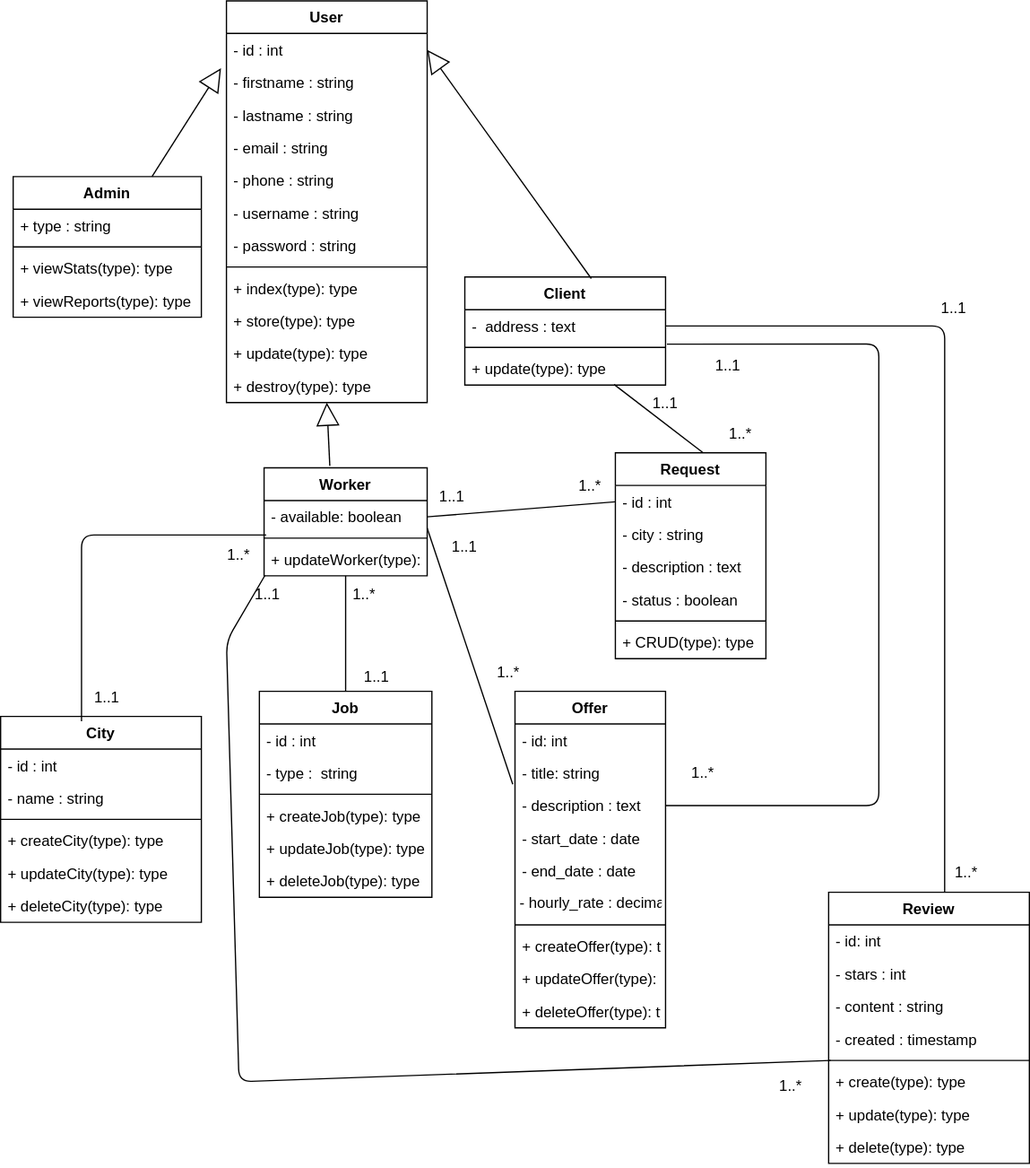
Above: conception/DCLASSE.drawio.svg in abdelalicode/BRICO2L (draw.io), before the change. Source tidied: cells renumbered, new cells last; positions are measured from the earlier drawing's top-left corner, leaving out a move shared by most shapes.
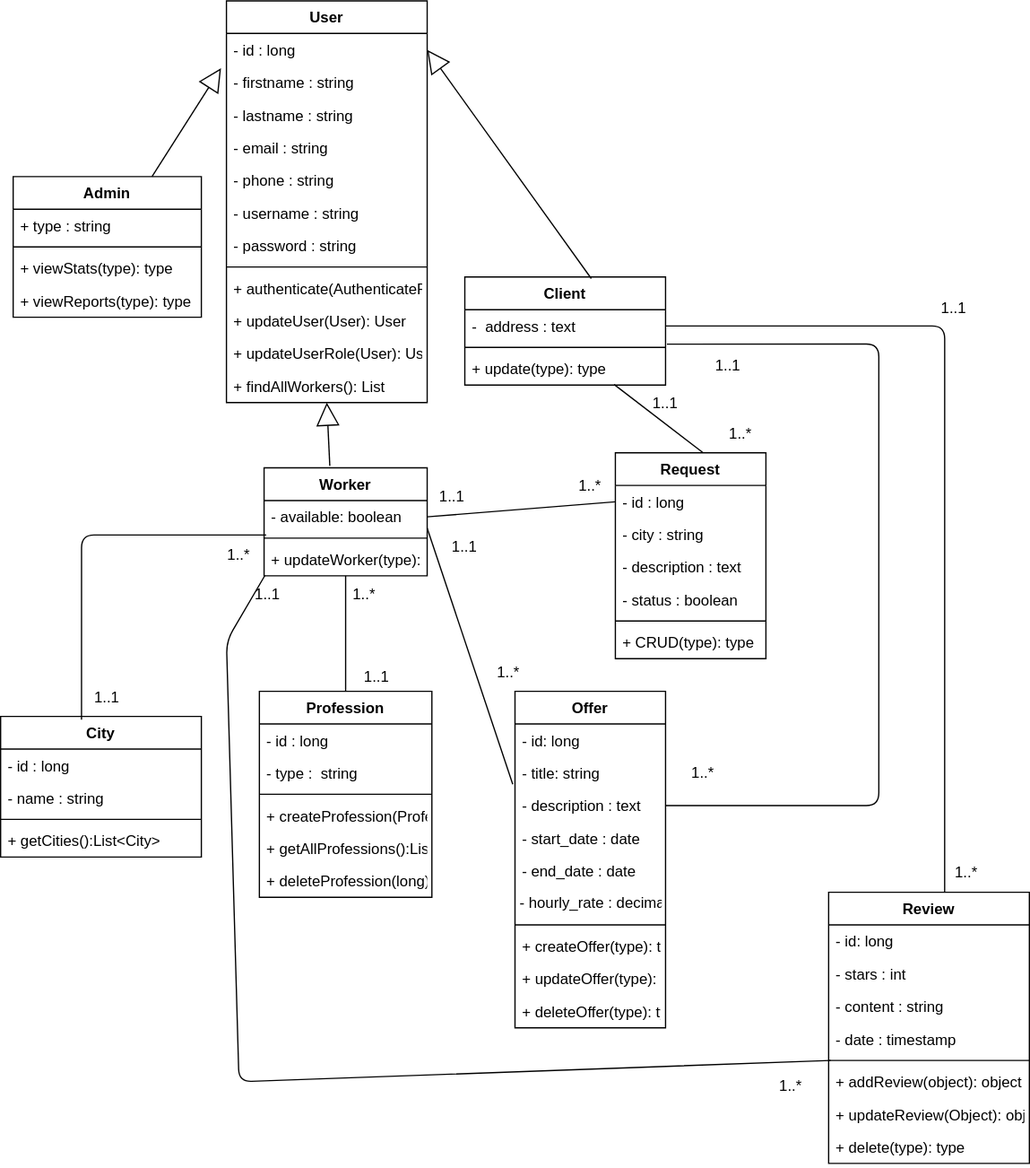
The same diagram one commit later.

What changed in the source:
```diff
@@ -44,7 +44,7 @@
     <mxCell id="15" value="User" style="swimlane;fontStyle=1;align=center;verticalAlign=top;horizontal=1;startSize=26;" parent="1" vertex="1">
       <mxGeometry x="180" width="160" height="320" as="geometry" />
     </mxCell>
-    <mxCell id="16" value="- id : int" style="text;strokeColor=none;fillColor=none;align=left;verticalAlign=top;spacingLeft=4;spacingRight=4;overflow=hidden;points=[[0,0.5],[1,0.5]];portConstraint=eastwest;" parent="15" vertex="1">
+    <mxCell id="16" value="- id : long" style="text;strokeColor=none;fillColor=none;align=left;verticalAlign=top;spacingLeft=4;spacingRight=4;overflow=hidden;points=[[0,0.5],[1,0.5]];portConstraint=eastwest;" parent="15" vertex="1">
       <mxGeometry y="26" width="160" height="26" as="geometry" />
     </mxCell>
     <mxCell id="17" value="- firstname : string" style="text;strokeColor=none;fillColor=none;align=left;verticalAlign=top;spacingLeft=4;spacingRight=4;overflow=hidden;" parent="15" vertex="1">
@@ -68,22 +68,22 @@
     <mxCell id="23" style="line;strokeWidth=1;fillColor=none;align=left;verticalAlign=middle;spacingTop=-1;spacingLeft=3;spacingRight=3;labelPosition=right;strokeColor=inherit;" parent="15" vertex="1">
       <mxGeometry y="208" width="160" height="8" as="geometry" />
     </mxCell>
-    <mxCell id="24" value="+ index(type): type" style="text;strokeColor=none;fillColor=none;align=left;verticalAlign=top;spacingLeft=4;spacingRight=4;overflow=hidden;" parent="15" vertex="1">
+    <mxCell id="24" value="+ authenticate(AuthenticateRequest):AuthenticationResponse" style="text;strokeColor=none;fillColor=none;align=left;verticalAlign=top;spacingLeft=4;spacingRight=4;overflow=hidden;" parent="15" vertex="1">
       <mxGeometry y="216" width="160" height="26" as="geometry" />
     </mxCell>
-    <mxCell id="25" value="+ store(type): type" style="text;strokeColor=none;fillColor=none;align=left;verticalAlign=top;spacingLeft=4;spacingRight=4;overflow=hidden;" parent="15" vertex="1">
+    <mxCell id="25" value="+ updateUser(User): User" style="text;strokeColor=none;fillColor=none;align=left;verticalAlign=top;spacingLeft=4;spacingRight=4;overflow=hidden;" parent="15" vertex="1">
       <mxGeometry y="242" width="160" height="26" as="geometry" />
     </mxCell>
-    <mxCell id="26" value="+ update(type): type" style="text;strokeColor=none;fillColor=none;align=left;verticalAlign=top;spacingLeft=4;spacingRight=4;overflow=hidden;" parent="15" vertex="1">
+    <mxCell id="26" value="+ updateUserRole(User): UserDTO" style="text;strokeColor=none;fillColor=none;align=left;verticalAlign=top;spacingLeft=4;spacingRight=4;overflow=hidden;" parent="15" vertex="1">
       <mxGeometry y="268" width="160" height="26" as="geometry" />
     </mxCell>
-    <mxCell id="27" value="+ destroy(type): type" style="text;strokeColor=none;fillColor=none;align=left;verticalAlign=top;spacingLeft=4;spacingRight=4;overflow=hidden;" parent="15" vertex="1">
+    <mxCell id="27" value="+ findAllWorkers(): List" style="text;strokeColor=none;fillColor=none;align=left;verticalAlign=top;spacingLeft=4;spacingRight=4;overflow=hidden;" parent="15" vertex="1">
       <mxGeometry y="294" width="160" height="26" as="geometry" />
     </mxCell>
     <mxCell id="28" value="City" style="swimlane;fontStyle=1;align=center;verticalAlign=top;horizontal=1;startSize=26;" parent="1" vertex="1">
-      <mxGeometry y="570" width="160" height="164" as="geometry" />
+      <mxGeometry y="570" width="160" height="112" as="geometry" />
     </mxCell>
-    <mxCell id="29" value="- id : int" style="text;strokeColor=none;fillColor=none;align=left;verticalAlign=top;spacingLeft=4;spacingRight=4;overflow=hidden;" parent="28" vertex="1">
+    <mxCell id="29" value="- id : long" style="text;strokeColor=none;fillColor=none;align=left;verticalAlign=top;spacingLeft=4;spacingRight=4;overflow=hidden;" parent="28" vertex="1">
       <mxGeometry y="26" width="160" height="26" as="geometry" />
     </mxCell>
     <mxCell id="30" value="- name : string" style="text;strokeColor=none;fillColor=none;align=left;verticalAlign=top;spacingLeft=4;spacingRight=4;overflow=hidden;" parent="28" vertex="1">
@@ -92,19 +92,13 @@
     <mxCell id="31" style="line;strokeWidth=1;fillColor=none;align=left;verticalAlign=middle;spacingTop=-1;spacingLeft=3;spacingRight=3;labelPosition=right;strokeColor=inherit;" parent="28" vertex="1">
       <mxGeometry y="78" width="160" height="8" as="geometry" />
     </mxCell>
-    <mxCell id="32" value="+ createCity(type): type" style="text;strokeColor=none;fillColor=none;align=left;verticalAlign=top;spacingLeft=4;spacingRight=4;overflow=hidden;" parent="28" vertex="1">
+    <mxCell id="32" value="+ getCities():List&lt;City&gt;" style="text;strokeColor=none;fillColor=none;align=left;verticalAlign=top;spacingLeft=4;spacingRight=4;overflow=hidden;" parent="28" vertex="1">
       <mxGeometry y="86" width="160" height="26" as="geometry" />
     </mxCell>
-    <mxCell id="33" value="+ updateCity(type): type" style="text;strokeColor=none;fillColor=none;align=left;verticalAlign=top;spacingLeft=4;spacingRight=4;overflow=hidden;" parent="28" vertex="1">
-      <mxGeometry y="112" width="160" height="26" as="geometry" />
-    </mxCell>
-    <mxCell id="34" value="+ deleteCity(type): type" style="text;strokeColor=none;fillColor=none;align=left;verticalAlign=top;spacingLeft=4;spacingRight=4;overflow=hidden;" parent="28" vertex="1">
-      <mxGeometry y="138" width="160" height="26" as="geometry" />
-    </mxCell>
-    <mxCell id="35" value="Job" style="swimlane;fontStyle=1;align=center;verticalAlign=top;horizontal=1;startSize=26;" parent="1" vertex="1">
+    <mxCell id="35" value="Profession" style="swimlane;fontStyle=1;align=center;verticalAlign=top;horizontal=1;startSize=26;" parent="1" vertex="1">
       <mxGeometry x="206.2" y="550" width="137.5" height="164" as="geometry" />
     </mxCell>
-    <mxCell id="36" value="- id : int" style="text;strokeColor=none;fillColor=none;align=left;verticalAlign=top;spacingLeft=4;spacingRight=4;overflow=hidden;" parent="35" vertex="1">
+    <mxCell id="36" value="- id : long" style="text;strokeColor=none;fillColor=none;align=left;verticalAlign=top;spacingLeft=4;spacingRight=4;overflow=hidden;" parent="35" vertex="1">
       <mxGeometry y="26" width="137.5" height="26" as="geometry" />
     </mxCell>
     <mxCell id="37" value="- type :  string" style="text;strokeColor=none;fillColor=none;align=left;verticalAlign=top;spacingLeft=4;spacingRight=4;overflow=hidden;" parent="35" vertex="1">
@@ -113,19 +107,19 @@
     <mxCell id="38" style="line;strokeWidth=1;fillColor=none;align=left;verticalAlign=middle;spacingTop=-1;spacingLeft=3;spacingRight=3;labelPosition=right;strokeColor=inherit;" parent="35" vertex="1">
       <mxGeometry y="78" width="137.5" height="8" as="geometry" />
     </mxCell>
-    <mxCell id="39" value="+ createJob(type): type" style="text;strokeColor=none;fillColor=none;align=left;verticalAlign=top;spacingLeft=4;spacingRight=4;overflow=hidden;" parent="35" vertex="1">
+    <mxCell id="39" value="+ createProfession(Profession):Profession" style="text;strokeColor=none;fillColor=none;align=left;verticalAlign=top;spacingLeft=4;spacingRight=4;overflow=hidden;" parent="35" vertex="1">
       <mxGeometry y="86" width="137.5" height="26" as="geometry" />
     </mxCell>
-    <mxCell id="40" value="+ updateJob(type): type" style="text;strokeColor=none;fillColor=none;align=left;verticalAlign=top;spacingLeft=4;spacingRight=4;overflow=hidden;" parent="35" vertex="1">
+    <mxCell id="40" value="+ getAllProfessions():List" style="text;strokeColor=none;fillColor=none;align=left;verticalAlign=top;spacingLeft=4;spacingRight=4;overflow=hidden;" parent="35" vertex="1">
       <mxGeometry y="112" width="137.5" height="26" as="geometry" />
     </mxCell>
-    <mxCell id="41" value="+ deleteJob(type): type" style="text;strokeColor=none;fillColor=none;align=left;verticalAlign=top;spacingLeft=4;spacingRight=4;overflow=hidden;" parent="35" vertex="1">
+    <mxCell id="41" value="+ deleteProfession(long): boolean  " style="text;strokeColor=none;fillColor=none;align=left;verticalAlign=top;spacingLeft=4;spacingRight=4;overflow=hidden;" parent="35" vertex="1">
       <mxGeometry y="138" width="137.5" height="26" as="geometry" />
     </mxCell>
     <mxCell id="42" value="Request" style="swimlane;fontStyle=1;align=center;verticalAlign=top;horizontal=1;startSize=26;" parent="1" vertex="1">
       <mxGeometry x="490" y="360" width="120" height="164" as="geometry" />
     </mxCell>
-    <mxCell id="43" value="- id : int" style="text;strokeColor=none;fillColor=none;align=left;verticalAlign=top;spacingLeft=4;spacingRight=4;overflow=hidden;points=[[0,0.5],[1,0.5]];portConstraint=eastwest;" parent="42" vertex="1">
+    <mxCell id="43" value="- id : long" style="text;strokeColor=none;fillColor=none;align=left;verticalAlign=top;spacingLeft=4;spacingRight=4;overflow=hidden;points=[[0,0.5],[1,0.5]];portConstraint=eastwest;" parent="42" vertex="1">
       <mxGeometry y="26" width="120" height="26" as="geometry" />
     </mxCell>
     <mxCell id="44" value="- city : string" style="text;strokeColor=none;fillColor=none;align=left;verticalAlign=top;spacingLeft=4;spacingRight=4;overflow=hidden;" parent="42" vertex="1">
@@ -146,7 +140,7 @@
     <mxCell id="49" value="Review" style="swimlane;fontStyle=1;align=center;verticalAlign=top;horizontal=1;startSize=26;" parent="1" vertex="1">
       <mxGeometry x="660" y="710" width="160" height="216" as="geometry" />
     </mxCell>
-    <mxCell id="50" value="- id: int" style="text;strokeColor=none;fillColor=none;align=left;verticalAlign=top;spacingLeft=4;spacingRight=4;overflow=hidden;" parent="49" vertex="1">
+    <mxCell id="50" value="- id: long" style="text;strokeColor=none;fillColor=none;align=left;verticalAlign=top;spacingLeft=4;spacingRight=4;overflow=hidden;" parent="49" vertex="1">
       <mxGeometry y="26" width="160" height="26" as="geometry" />
     </mxCell>
     <mxCell id="51" value="- stars : int" style="text;strokeColor=none;fillColor=none;align=left;verticalAlign=top;spacingLeft=4;spacingRight=4;overflow=hidden;" parent="49" vertex="1">
@@ -155,16 +149,16 @@
     <mxCell id="52" value="- content : string" style="text;strokeColor=none;fillColor=none;align=left;verticalAlign=top;spacingLeft=4;spacingRight=4;overflow=hidden;" parent="49" vertex="1">
       <mxGeometry y="78" width="160" height="26" as="geometry" />
     </mxCell>
-    <mxCell id="53" value="- created : timestamp" style="text;strokeColor=none;fillColor=none;align=left;verticalAlign=top;spacingLeft=4;spacingRight=4;overflow=hidden;" parent="49" vertex="1">
+    <mxCell id="53" value="- date : timestamp" style="text;strokeColor=none;fillColor=none;align=left;verticalAlign=top;spacingLeft=4;spacingRight=4;overflow=hidden;" parent="49" vertex="1">
       <mxGeometry y="104" width="160" height="26" as="geometry" />
     </mxCell>
     <mxCell id="54" style="line;strokeWidth=1;fillColor=none;align=left;verticalAlign=middle;spacingTop=-1;spacingLeft=3;spacingRight=3;labelPosition=right;strokeColor=inherit;" parent="49" vertex="1">
       <mxGeometry y="130" width="160" height="8" as="geometry" />
     </mxCell>
-    <mxCell id="55" value="+ create(type): type" style="text;strokeColor=none;fillColor=none;align=left;verticalAlign=top;spacingLeft=4;spacingRight=4;overflow=hidden;points=[[0,0.5],[1,0.5]];portConstraint=eastwest;" parent="49" vertex="1">
+    <mxCell id="55" value="+ addReview(object): object" style="text;strokeColor=none;fillColor=none;align=left;verticalAlign=top;spacingLeft=4;spacingRight=4;overflow=hidden;points=[[0,0.5],[1,0.5]];portConstraint=eastwest;" parent="49" vertex="1">
       <mxGeometry y="138" width="160" height="26" as="geometry" />
     </mxCell>
-    <mxCell id="56" value="+ update(type): type" style="text;strokeColor=none;fillColor=none;align=left;verticalAlign=top;spacingLeft=4;spacingRight=4;overflow=hidden;" parent="49" vertex="1">
+    <mxCell id="56" value="+ updateReview(Object): object" style="text;strokeColor=none;fillColor=none;align=left;verticalAlign=top;spacingLeft=4;spacingRight=4;overflow=hidden;" parent="49" vertex="1">
       <mxGeometry y="164" width="160" height="26" as="geometry" />
     </mxCell>
     <mxCell id="57" value="+ delete(type): type" style="text;strokeColor=none;fillColor=none;align=left;verticalAlign=top;spacingLeft=4;spacingRight=4;overflow=hidden;" parent="49" vertex="1">
@@ -193,7 +187,7 @@
     <mxCell id="64" value="Offer" style="swimlane;fontStyle=1;align=center;verticalAlign=top;horizontal=1;startSize=26;" parent="1" vertex="1">
       <mxGeometry x="410" y="550" width="120" height="268" as="geometry" />
     </mxCell>
-    <mxCell id="65" value="- id: int" style="text;strokeColor=none;fillColor=none;align=left;verticalAlign=top;spacingLeft=4;spacingRight=4;overflow=hidden;" parent="64" vertex="1">
+    <mxCell id="65" value="- id: long" style="text;strokeColor=none;fillColor=none;align=left;verticalAlign=top;spacingLeft=4;spacingRight=4;overflow=hidden;" parent="64" vertex="1">
       <mxGeometry y="26" width="120" height="26" as="geometry" />
     </mxCell>
     <mxCell id="66" value="- title: string" style="text;strokeColor=none;fillColor=none;align=left;verticalAlign=top;spacingLeft=4;spacingRight=4;overflow=hidden;points=[[0,0.5],[1,0.5]];portConstraint=eastwest;" parent="64" vertex="1">
```
